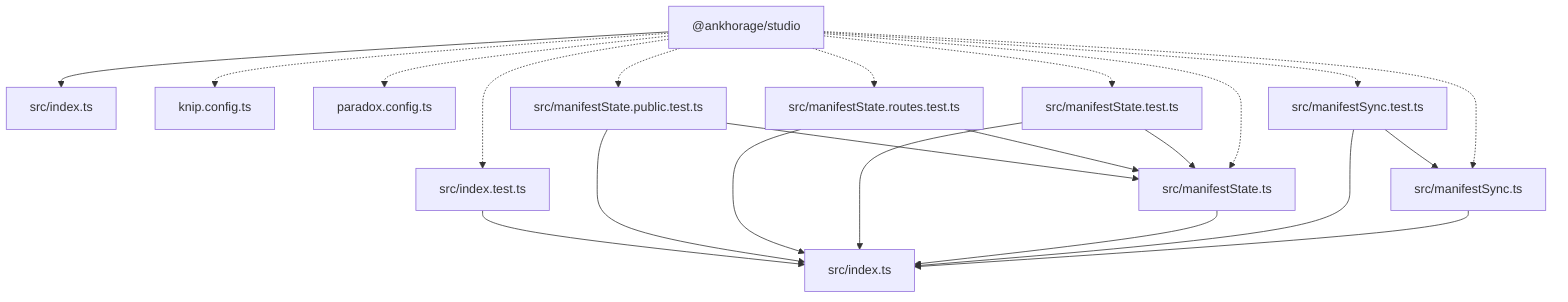
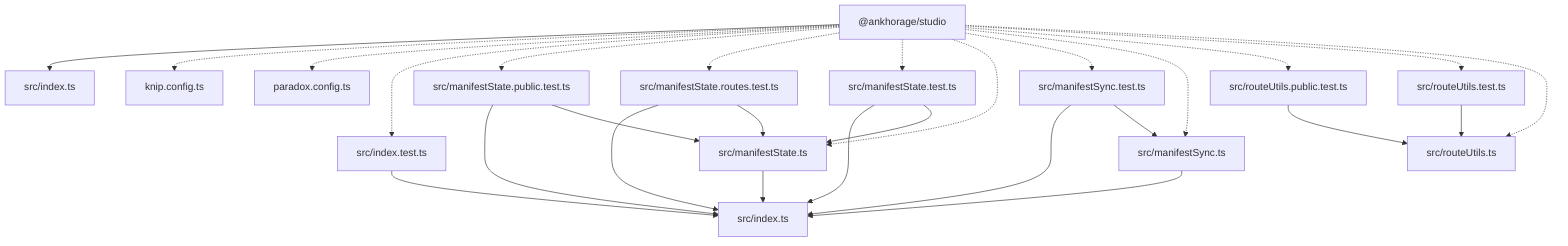
graph TD
  package__ankhorage_studio["@ankhorage/studio"]
  entrypoint_src_index_ts["src/index.ts"]
  package__ankhorage_studio --> entrypoint_src_index_ts
  module_knip_config_ts["knip.config.ts"]
  package__ankhorage_studio -.-> module_knip_config_ts
  module_paradox_config_ts["paradox.config.ts"]
  package__ankhorage_studio -.-> module_paradox_config_ts
  module_src_index_test_ts["src/index.test.ts"]
  package__ankhorage_studio -.-> module_src_index_test_ts
  module_src_index_test_ts --> module_src_index_ts
  module_src_index_ts["src/index.ts"]
  module_src_manifestState_public_test_ts["src/manifestState.public.test.ts"]
  package__ankhorage_studio -.-> module_src_manifestState_public_test_ts
  module_src_manifestState_public_test_ts --> module_src_index_ts
  module_src_manifestState_public_test_ts --> module_src_manifestState_ts
  module_src_manifestState_routes_test_ts["src/manifestState.routes.test.ts"]
  package__ankhorage_studio -.-> module_src_manifestState_routes_test_ts
  module_src_manifestState_routes_test_ts --> module_src_index_ts
  module_src_manifestState_routes_test_ts --> module_src_manifestState_ts
  module_src_manifestState_test_ts["src/manifestState.test.ts"]
  package__ankhorage_studio -.-> module_src_manifestState_test_ts
  module_src_manifestState_test_ts --> module_src_index_ts
  module_src_manifestState_test_ts --> module_src_manifestState_ts
  module_src_manifestState_ts["src/manifestState.ts"]
  package__ankhorage_studio -.-> module_src_manifestState_ts
  module_src_manifestState_ts --> module_src_index_ts
  module_src_manifestSync_test_ts["src/manifestSync.test.ts"]
  package__ankhorage_studio -.-> module_src_manifestSync_test_ts
  module_src_manifestSync_test_ts --> module_src_index_ts
  module_src_manifestSync_test_ts --> module_src_manifestSync_ts
  module_src_manifestSync_ts["src/manifestSync.ts"]
  package__ankhorage_studio -.-> module_src_manifestSync_ts
  module_src_manifestSync_ts --> module_src_index_ts
+   module_src_routeUtils_public_test_ts["src/routeUtils.public.test.ts"]
+   package__ankhorage_studio -.-> module_src_routeUtils_public_test_ts
+   module_src_routeUtils_public_test_ts --> module_src_routeUtils_ts
+   module_src_routeUtils_test_ts["src/routeUtils.test.ts"]
+   package__ankhorage_studio -.-> module_src_routeUtils_test_ts
+   module_src_routeUtils_test_ts --> module_src_routeUtils_ts
+   module_src_routeUtils_ts["src/routeUtils.ts"]
+   package__ankhorage_studio -.-> module_src_routeUtils_ts
